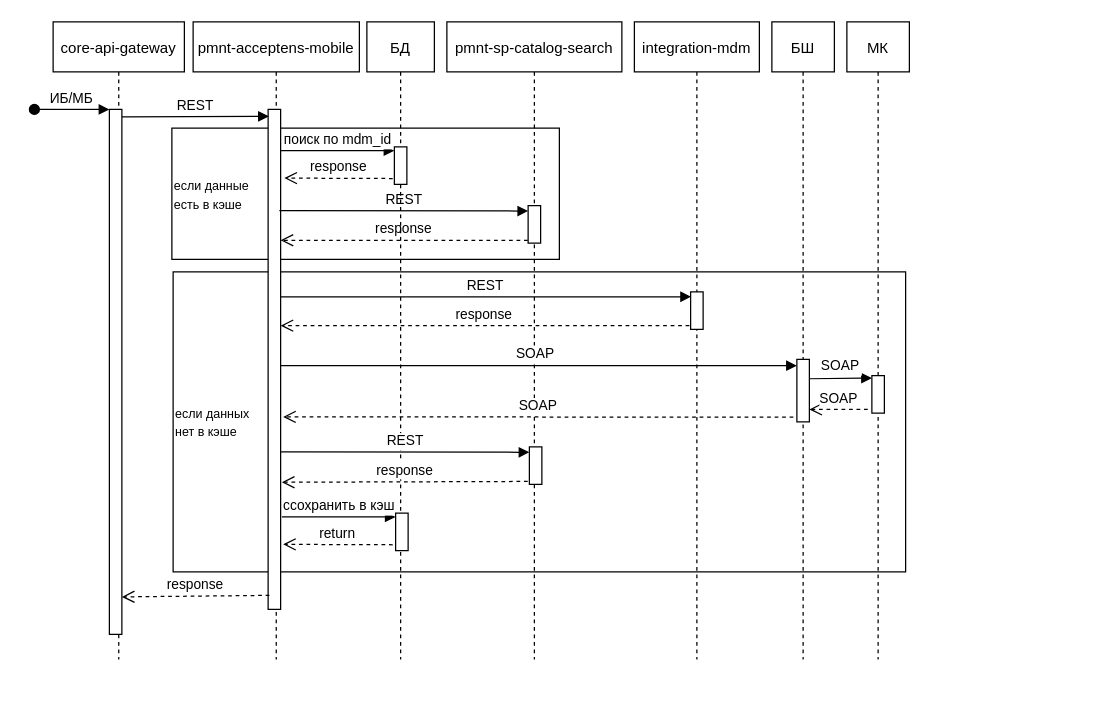
This is Untitled Diagram.drawio from yaryginaea/repo_test, a draw.io file, before an edit. Source tidied: cells renumbered, new cells numbered last; positions are measured from the earlier drawing's top-left corner, leaving out a move shared by most shapes. Both pictures are drawn from the tidied source at 125%, with x=0, y=0 at pixel (34, 21).
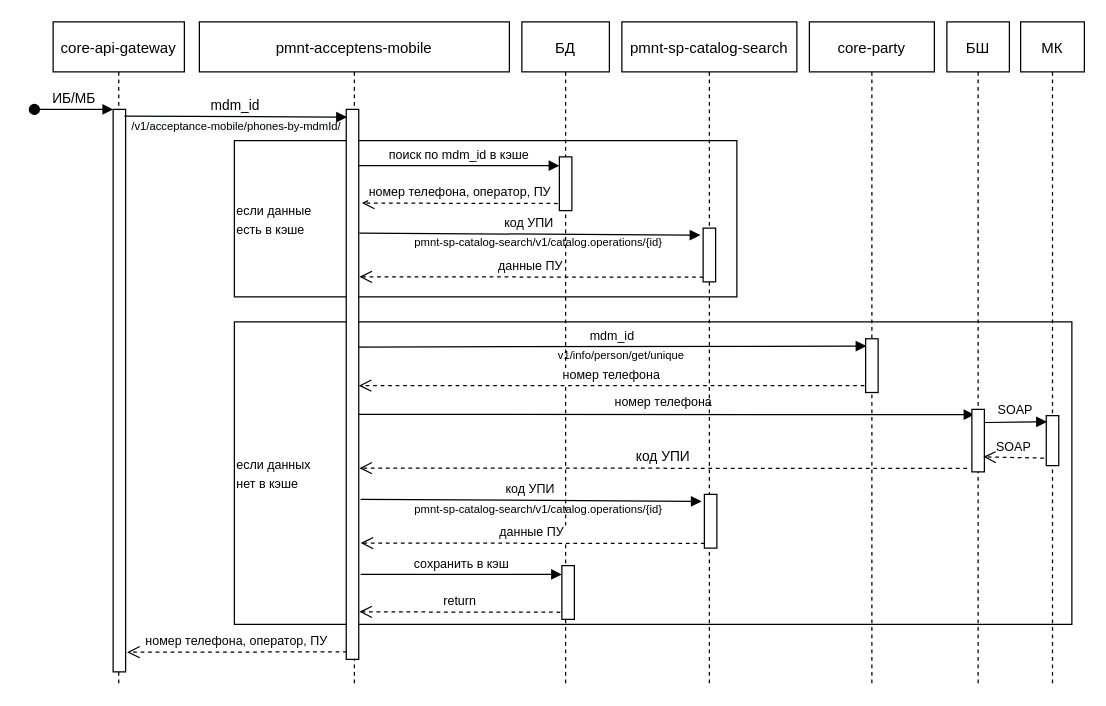
The same page after the edit.

Diff of the diagram source:
```diff
@@
-    <mxCell id="2" value="&lt;font style=&quot;font-size: 10px&quot;&gt;если данные &lt;br&gt;есть в кэше&lt;/font&gt;" style="rounded=0;whiteSpace=wrap;html=1;align=left;" parent="1" vertex="1">
-      <mxGeometry x="110" y="85" width="310" height="105" as="geometry" />
-    </mxCell>
+    <mxCell id="7" value="&lt;font style=&quot;font-size: 10px&quot;&gt;если данных&lt;br&gt;нет в кэше&lt;/font&gt;" style="rounded=0;whiteSpace=wrap;html=1;align=left;" parent="1" vertex="1">
+      <mxGeometry x="160" y="240" width="670" height="242" as="geometry" />
+    </mxCell>
     <mxCell id="3" value="core-api-gateway" style="shape=umlLifeline;perimeter=lifelinePerimeter;rounded=0;shadow=0;strokeWidth=1;" parent="1" vertex="1">
-      <mxGeometry x="15" width="105" height="510" as="geometry" />
+      <mxGeometry x="15" width="105" height="530" as="geometry" />
     </mxCell>
     <mxCell id="4" style="points=[];perimeter=orthogonalPerimeter;rounded=0;shadow=0;strokeWidth=1;" parent="3" vertex="1">
-      <mxGeometry x="45" y="70" width="10" height="420" as="geometry" />
+      <mxGeometry x="48" y="70" width="10" height="450" as="geometry" />
     </mxCell>
@@
+    <mxCell id="37" value="&lt;span style=&quot;color: rgb(0 , 0 , 0) ; font-family: &amp;#34;helvetica&amp;#34; ; font-size: 9px ; font-style: normal ; font-weight: 400 ; letter-spacing: normal ; text-align: center ; text-indent: 0px ; text-transform: none ; word-spacing: 0px ; background-color: rgb(248 , 249 , 250) ; display: inline ; float: none&quot;&gt;/v1/acceptance-mobile/phones-by-mdmId/&lt;/span&gt;" style="text;whiteSpace=wrap;html=1;fontSize=9;" parent="3" vertex="1">
+      <mxGeometry x="61" y="72" width="170" height="30" as="geometry" />
+    </mxCell>
     <mxCell id="6" value="pmnt-acceptens-mobile" style="shape=umlLifeline;perimeter=lifelinePerimeter;rounded=0;shadow=0;strokeWidth=1;" parent="1" vertex="1">
-      <mxGeometry x="127" width="133" height="510" as="geometry" />
+      <mxGeometry x="132" width="248" height="530" as="geometry" />
     </mxCell>
-    <mxCell id="7" value="&lt;font style=&quot;font-size: 10px&quot;&gt;если данных&lt;br&gt;нет в кэше&lt;/font&gt;" style="rounded=0;whiteSpace=wrap;html=1;align=left;" parent="6" vertex="1">
-      <mxGeometry x="-16" y="200" width="586" height="240" as="geometry" />
-    </mxCell>
+    <mxCell id="2" value="&lt;font style=&quot;font-size: 10px&quot;&gt;если данные &lt;br&gt;есть в кэше&lt;/font&gt;" style="rounded=0;whiteSpace=wrap;html=1;align=left;" parent="6" vertex="1">
+      <mxGeometry x="28" y="95" width="402" height="125" as="geometry" />
+    </mxCell>
     <mxCell id="8" style="points=[];perimeter=orthogonalPerimeter;rounded=0;shadow=0;strokeWidth=1;" parent="6" vertex="1">
-      <mxGeometry x="60" y="70" width="10" height="400" as="geometry" />
+      <mxGeometry x="117.5" y="70" width="10" height="440" as="geometry" />
     </mxCell>
-    <mxCell id="9" value="REST" style="verticalAlign=bottom;endArrow=block;shadow=0;strokeWidth=1;entryX=-0.067;entryY=0.062;entryDx=0;entryDy=0;entryPerimeter=0;" parent="6" edge="1">
+    <mxCell id="9" value="mdm_id" style="verticalAlign=bottom;endArrow=block;shadow=0;strokeWidth=1;entryX=0.06;entryY=0.137;entryDx=0;entryDy=0;entryPerimeter=0;fontSize=10;" parent="6" edge="1" target="42">
       <mxGeometry relative="1" as="geometry">
-        <mxPoint x="70" y="220" as="sourcePoint" />
-        <mxPoint x="398.3" y="219.9" as="targetPoint" />
+        <mxPoint x="127.5" y="260.1" as="sourcePoint" />
       </mxGeometry>
     </mxCell>
+    <mxCell id="38" value="&lt;span style=&quot;background-color: rgb(255 , 255 , 255)&quot;&gt;&lt;font style=&quot;font-size: 9px&quot;&gt;pmnt-sp-catalog-search/v1/catalog.operations/{id}&lt;/font&gt;&lt;/span&gt;" style="text;html=1;align=center;verticalAlign=middle;fillColor=none;strokeColor=none;rounded=0;fontSize=9;" parent="6" vertex="1">
+      <mxGeometry x="166" y="167" width="210" height="20" as="geometry" />
+    </mxCell>
+    <mxCell id="29" value="номер телефона" style="verticalAlign=bottom;endArrow=block;shadow=0;strokeWidth=1;entryX=0.2;entryY=0.204;entryDx=0;entryDy=0;entryPerimeter=0;fontSize=10;" parent="6" edge="1">
+      <mxGeometry x="-0.01" y="1" relative="1" as="geometry">
+        <mxPoint x="127.5" y="314" as="sourcePoint" />
+        <mxPoint x="620" y="314.2" as="targetPoint" />
+      </mxGeometry>
+    </mxCell>
+    <mxCell id="39" value="&lt;span style=&quot;background-color: rgb(255 , 255 , 255)&quot;&gt;&lt;font style=&quot;font-size: 9px&quot;&gt;pmnt-sp-catalog-search/v1/catalog.operations/{id}&lt;/font&gt;&lt;/span&gt;" style="text;html=1;align=center;verticalAlign=middle;fillColor=none;strokeColor=none;rounded=0;fontSize=9;" parent="6" vertex="1">
+      <mxGeometry x="166" y="380" width="210" height="20" as="geometry" />
+    </mxCell>
-    <mxCell id="10" value="REST" style="verticalAlign=bottom;endArrow=block;shadow=0;strokeWidth=1;entryX=0.055;entryY=0.014;entryDx=0;entryDy=0;entryPerimeter=0;" parent="1" edge="1" target="8">
-      <mxGeometry relative="1" as="geometry">
-        <mxPoint x="70" y="76" as="sourcePoint" />
-      </mxGeometry>
+    <mxCell id="10" value="mdm_id" style="verticalAlign=bottom;endArrow=block;shadow=0;strokeWidth=1;entryX=0.055;entryY=0.014;entryDx=0;entryDy=0;entryPerimeter=0;exitX=0.9;exitY=0.012;exitDx=0;exitDy=0;exitPerimeter=0;" parent="1" edge="1" source="4" target="8">
+      <mxGeometry relative="1" as="geometry" />
     </mxCell>
-    <mxCell id="11" value="REST" style="verticalAlign=bottom;endArrow=block;entryX=0;entryY=0.144;shadow=0;strokeWidth=1;entryDx=0;entryDy=0;entryPerimeter=0;" parent="1" edge="1" target="25">
+    <mxCell id="11" value="код УПИ" style="verticalAlign=bottom;endArrow=block;shadow=0;strokeWidth=1;entryX=-0.22;entryY=0.13;entryDx=0;entryDy=0;entryPerimeter=0;fontSize=10;" parent="1" edge="1" target="25">
       <mxGeometry relative="1" as="geometry">
-        <mxPoint x="196" y="151" as="sourcePoint" />
+        <mxPoint x="260" y="169" as="sourcePoint" />
       </mxGeometry>
     </mxCell>
-    <mxCell id="12" value="response" style="verticalAlign=bottom;endArrow=open;dashed=1;endSize=8;shadow=0;strokeWidth=1;exitX=-0.133;exitY=0.922;exitDx=0;exitDy=0;exitPerimeter=0;" parent="1" edge="1" target="8">
+    <mxCell id="12" value="данные ПУ" style="verticalAlign=bottom;endArrow=open;dashed=1;endSize=8;shadow=0;strokeWidth=1;exitX=0.02;exitY=0.912;exitDx=0;exitDy=0;exitPerimeter=0;fontSize=10;" parent="1" edge="1" source="25">
       <mxGeometry relative="1" as="geometry">
-        <mxPoint x="394.7" y="174.7" as="sourcePoint" />
+        <mxPoint x="260" y="204" as="targetPoint" />
       </mxGeometry>
     </mxCell>
-    <mxCell id="13" value="поиск по mdm_id" style="verticalAlign=bottom;endArrow=block;shadow=0;strokeWidth=1;" parent="1" edge="1" target="15">
+    <mxCell id="13" value="поиск по mdm_id в кэше" style="verticalAlign=bottom;endArrow=block;shadow=0;strokeWidth=1;fontSize=10;" parent="1" edge="1">
       <mxGeometry relative="1" as="geometry">
-        <mxPoint x="197" y="103" as="sourcePoint" />
+        <mxPoint x="259" y="115" as="sourcePoint" />
+        <mxPoint x="420" y="115" as="targetPoint" />
       </mxGeometry>
     </mxCell>
-    <mxCell id="14" value="БД" style="shape=umlLifeline;perimeter=lifelinePerimeter;rounded=0;shadow=0;strokeWidth=1;" parent="1" vertex="1">
-      <mxGeometry x="266" width="54" height="510" as="geometry" />
-    </mxCell>
-    <mxCell id="15" style="points=[];perimeter=orthogonalPerimeter;rounded=0;shadow=0;strokeWidth=1;" parent="14" vertex="1">
-      <mxGeometry x="22" y="100" width="10" height="30" as="geometry" />
-    </mxCell>
-    <mxCell id="16" value="integration-mdm" style="shape=umlLifeline;perimeter=lifelinePerimeter;rounded=0;shadow=0;strokeWidth=1;" parent="1" vertex="1">
-      <mxGeometry x="480" width="100" height="510" as="geometry" />
-    </mxCell>
-    <mxCell id="17" style="perimeter=orthogonalPerimeter;rounded=0;shadow=0;strokeWidth=1;" parent="16" vertex="1">
-      <mxGeometry x="45" y="216" width="10" height="30" as="geometry" />
-    </mxCell>
-    <mxCell id="18" value="SOAP" style="verticalAlign=bottom;endArrow=open;dashed=1;endSize=8;shadow=0;strokeWidth=1;exitX=-0.133;exitY=0.922;exitDx=0;exitDy=0;exitPerimeter=0;" parent="16" edge="1" target="20">
-      <mxGeometry relative="1" as="geometry">
-        <mxPoint x="186.7" y="310" as="sourcePoint" />
-      </mxGeometry>
-    </mxCell>
     <mxCell id="19" value="БШ" style="shape=umlLifeline;perimeter=lifelinePerimeter;rounded=0;shadow=0;strokeWidth=1;" parent="1" vertex="1">
-      <mxGeometry x="590" width="50" height="510" as="geometry" />
+      <mxGeometry x="730" width="50" height="530" as="geometry" />
     </mxCell>
     <mxCell id="20" style="points=[];perimeter=orthogonalPerimeter;rounded=0;shadow=0;strokeWidth=1;" parent="19" vertex="1">
-      <mxGeometry x="20" y="270" width="10" height="50" as="geometry" />
+      <mxGeometry x="20" y="310" width="10" height="50" as="geometry" />
     </mxCell>
-    <mxCell id="21" value="SOAP" style="verticalAlign=bottom;endArrow=block;shadow=0;strokeWidth=1;" parent="19" edge="1">
+    <mxCell id="21" value="SOAP" style="verticalAlign=bottom;endArrow=block;shadow=0;strokeWidth=1;fontSize=10;" parent="19" edge="1">
       <mxGeometry x="-0.01" y="1" relative="1" as="geometry">
-        <mxPoint x="30" y="285.5" as="sourcePoint" />
-        <mxPoint x="80" y="285" as="targetPoint" />
+        <mxPoint x="30" y="320.5" as="sourcePoint" />
+        <mxPoint x="80" y="320" as="targetPoint" />
       </mxGeometry>
     </mxCell>
     <mxCell id="22" value="МК" style="shape=umlLifeline;perimeter=lifelinePerimeter;rounded=0;shadow=0;strokeWidth=1;" parent="1" vertex="1">
-      <mxGeometry x="650" width="50" height="510" as="geometry" />
+      <mxGeometry x="789" width="51" height="530" as="geometry" />
     </mxCell>
     <mxCell id="23" style="perimeter=orthogonalPerimeter;rounded=0;shadow=0;strokeWidth=1;" parent="22" vertex="1">
-      <mxGeometry x="20" y="283" width="10" height="30" as="geometry" />
+      <mxGeometry x="20.5" y="315" width="10" height="40" as="geometry" />
     </mxCell>
+    <mxCell id="28" value="номер телефона, оператор, ПУ" style="verticalAlign=bottom;endArrow=open;dashed=1;endSize=8;exitX=-0.133;exitY=0.844;shadow=0;strokeWidth=1;exitDx=0;exitDy=0;exitPerimeter=0;fontSize=10;" parent="1" edge="1">
+      <mxGeometry relative="1" as="geometry">
+        <mxPoint x="418.7" y="145.3" as="sourcePoint" />
+        <mxPoint x="262" y="145" as="targetPoint" />
+      </mxGeometry>
+    </mxCell>
+    <mxCell id="36" value="номер телефона, оператор, ПУ" style="verticalAlign=bottom;endArrow=open;dashed=1;endSize=8;shadow=0;strokeWidth=1;entryX=1.12;entryY=0.965;entryDx=0;entryDy=0;entryPerimeter=0;fontSize=10;" parent="1" edge="1" target="4">
+      <mxGeometry relative="1" as="geometry">
+        <mxPoint x="250" y="504" as="sourcePoint" />
+      </mxGeometry>
+    </mxCell>
+    <mxCell id="14" value="БД" style="shape=umlLifeline;perimeter=lifelinePerimeter;rounded=0;shadow=0;strokeWidth=1;" parent="1" vertex="1">
+      <mxGeometry x="390" width="70" height="530" as="geometry" />
+    </mxCell>
+    <mxCell id="40" style="perimeter=orthogonalPerimeter;rounded=0;shadow=0;strokeWidth=1;" parent="14" vertex="1">
+      <mxGeometry x="30" y="108" width="10" height="43" as="geometry" />
+    </mxCell>
+    <mxCell id="41" value="&amp;nbsp;v1/info/person/get/unique" style="text;html=1;align=center;verticalAlign=middle;fillColor=none;strokeColor=none;rounded=0;fontSize=9;" parent="14" vertex="1">
+      <mxGeometry x="18" y="257" width="120" height="20" as="geometry" />
+    </mxCell>
+    <mxCell id="27" value="код УПИ" style="verticalAlign=bottom;endArrow=open;dashed=1;endSize=8;shadow=0;strokeWidth=1;" parent="14" edge="1">
+      <mxGeometry relative="1" as="geometry">
+        <mxPoint x="356.2" y="357.2" as="sourcePoint" />
+        <mxPoint x="-130" y="357" as="targetPoint" />
+      </mxGeometry>
+    </mxCell>
     <mxCell id="24" value="pmnt-sp-catalog-search" style="shape=umlLifeline;perimeter=lifelinePerimeter;rounded=0;shadow=0;strokeWidth=1;" parent="1" vertex="1">
-      <mxGeometry x="330" width="140" height="510" as="geometry" />
+      <mxGeometry x="470" width="140" height="530" as="geometry" />
     </mxCell>
     <mxCell id="25" style="points=[];perimeter=orthogonalPerimeter;rounded=0;shadow=0;strokeWidth=1;" parent="24" vertex="1">
-      <mxGeometry x="65" y="147" width="10" height="30" as="geometry" />
+      <mxGeometry x="65" y="165" width="10" height="43" as="geometry" />
     </mxCell>
-    <mxCell id="26" value="response" style="verticalAlign=bottom;endArrow=open;dashed=1;endSize=8;shadow=0;strokeWidth=1;" parent="24" edge="1" target="8">
+    <mxCell id="26" value="номер телефона" style="verticalAlign=bottom;endArrow=open;dashed=1;endSize=8;shadow=0;strokeWidth=1;fontSize=10;" parent="24" edge="1">
       <mxGeometry relative="1" as="geometry">
-        <mxPoint x="194" y="243" as="sourcePoint" />
+        <mxPoint x="194" y="291" as="sourcePoint" />
+        <mxPoint x="-210.5" y="291" as="targetPoint" />
       </mxGeometry>
     </mxCell>
-    <mxCell id="27" value="SOAP" style="verticalAlign=bottom;endArrow=open;dashed=1;endSize=8;shadow=0;strokeWidth=1;" parent="24" edge="1">
-      <mxGeometry relative="1" as="geometry">
-        <mxPoint x="277.2" y="316.2" as="sourcePoint" />
-        <mxPoint x="-131" y="316" as="targetPoint" />
-      </mxGeometry>
-    </mxCell>
-    <mxCell id="28" value="response" style="verticalAlign=bottom;endArrow=open;dashed=1;endSize=8;exitX=-0.133;exitY=0.844;shadow=0;strokeWidth=1;exitDx=0;exitDy=0;exitPerimeter=0;" parent="1" edge="1" source="15">
-      <mxGeometry relative="1" as="geometry">
-        <mxPoint x="200" y="125" as="targetPoint" />
-      </mxGeometry>
-    </mxCell>
-    <mxCell id="29" value="SOAP" style="verticalAlign=bottom;endArrow=block;shadow=0;strokeWidth=1;" parent="1" edge="1">
-      <mxGeometry x="-0.01" y="1" relative="1" as="geometry">
-        <mxPoint x="197" y="275" as="sourcePoint" />
-        <mxPoint x="610" y="275" as="targetPoint" />
-      </mxGeometry>
-    </mxCell>
-    <mxCell id="30" value="REST" style="verticalAlign=bottom;endArrow=block;entryX=0;entryY=0.144;shadow=0;strokeWidth=1;entryDx=0;entryDy=0;entryPerimeter=0;" parent="1" edge="1" target="32">
-      <mxGeometry relative="1" as="geometry">
-        <mxPoint x="197" y="344" as="sourcePoint" />
-      </mxGeometry>
-    </mxCell>
-    <mxCell id="31" value="response" style="verticalAlign=bottom;endArrow=open;dashed=1;endSize=8;shadow=0;strokeWidth=1;exitX=-0.133;exitY=0.922;exitDx=0;exitDy=0;exitPerimeter=0;entryX=1.1;entryY=0.234;entryDx=0;entryDy=0;entryPerimeter=0;" parent="1" edge="1" source="32">
-      <mxGeometry relative="1" as="geometry">
-        <mxPoint x="198" y="368.3" as="targetPoint" />
-      </mxGeometry>
-    </mxCell>
-    <mxCell id="32" style="points=[];perimeter=orthogonalPerimeter;rounded=0;shadow=0;strokeWidth=1;" parent="1" vertex="1">
-      <mxGeometry x="396" y="340" width="10" height="30" as="geometry" />
-    </mxCell>
-    <mxCell id="33" value="cсохранить в кэш" style="verticalAlign=bottom;endArrow=block;shadow=0;strokeWidth=1;" parent="1" edge="1" target="34">
-      <mxGeometry relative="1" as="geometry">
-        <mxPoint x="198" y="396" as="sourcePoint" />
-      </mxGeometry>
-    </mxCell>
-    <mxCell id="34" style="points=[];perimeter=orthogonalPerimeter;rounded=0;shadow=0;strokeWidth=1;" parent="1" vertex="1">
-      <mxGeometry x="289" y="393" width="10" height="30" as="geometry" />
-    </mxCell>
+    <mxCell id="16" value="core-party" style="shape=umlLifeline;perimeter=lifelinePerimeter;rounded=0;shadow=0;strokeWidth=1;" parent="1" vertex="1">
+      <mxGeometry x="620" width="100" height="530" as="geometry" />
+    </mxCell>
+    <mxCell id="18" value="SOAP" style="verticalAlign=bottom;endArrow=open;dashed=1;endSize=8;shadow=0;strokeWidth=1;exitX=-0.133;exitY=0.922;exitDx=0;exitDy=0;exitPerimeter=0;entryX=0.92;entryY=0.7;entryDx=0;entryDy=0;entryPerimeter=0;fontSize=10;" parent="16" edge="1">
+      <mxGeometry relative="1" as="geometry">
+        <mxPoint x="187.7" y="349" as="sourcePoint" />
+        <mxPoint x="139.2" y="348" as="targetPoint" />
+      </mxGeometry>
+    </mxCell>
+    <mxCell id="42" style="points=[];perimeter=orthogonalPerimeter;rounded=0;shadow=0;strokeWidth=1;" parent="16" vertex="1">
+      <mxGeometry x="45" y="253.5" width="10" height="43" as="geometry" />
+    </mxCell>
+    <mxCell id="43" value="код УПИ" style="verticalAlign=bottom;endArrow=block;shadow=0;strokeWidth=1;entryX=-0.22;entryY=0.13;entryDx=0;entryDy=0;entryPerimeter=0;fontSize=10;" parent="1" edge="1" target="45">
+      <mxGeometry relative="1" as="geometry">
+        <mxPoint x="261" y="382" as="sourcePoint" />
+      </mxGeometry>
+    </mxCell>
+    <mxCell id="44" value="данные ПУ" style="verticalAlign=bottom;endArrow=open;dashed=1;endSize=8;shadow=0;strokeWidth=1;exitX=0.02;exitY=0.912;exitDx=0;exitDy=0;exitPerimeter=0;fontSize=10;" parent="1" edge="1" source="45">
+      <mxGeometry relative="1" as="geometry">
+        <mxPoint x="261" y="417" as="targetPoint" />
+      </mxGeometry>
+    </mxCell>
+    <mxCell id="45" style="points=[];perimeter=orthogonalPerimeter;rounded=0;shadow=0;strokeWidth=1;" parent="1" vertex="1">
+      <mxGeometry x="536" y="378" width="10" height="43" as="geometry" />
+    </mxCell>
+    <mxCell id="46" value="сохранить в кэш" style="verticalAlign=bottom;endArrow=block;shadow=0;strokeWidth=1;fontSize=10;" parent="1" edge="1">
+      <mxGeometry relative="1" as="geometry">
+        <mxPoint x="261" y="442" as="sourcePoint" />
+        <mxPoint x="422" y="442" as="targetPoint" />
+      </mxGeometry>
+    </mxCell>
-    <mxCell id="35" value="return" style="verticalAlign=bottom;endArrow=open;dashed=1;endSize=8;exitX=-0.133;exitY=0.844;shadow=0;strokeWidth=1;exitDx=0;exitDy=0;exitPerimeter=0;" parent="1" edge="1">
+    <mxCell id="35" value="return" style="verticalAlign=bottom;endArrow=open;dashed=1;endSize=8;exitX=-0.133;exitY=0.844;shadow=0;strokeWidth=1;exitDx=0;exitDy=0;exitPerimeter=0;fontSize=10;" parent="1" edge="1">
       <mxGeometry relative="1" as="geometry">
-        <mxPoint x="286.7" y="418.3" as="sourcePoint" />
-        <mxPoint x="199" y="418" as="targetPoint" />
+        <mxPoint x="420.7" y="472.3" as="sourcePoint" />
+        <mxPoint x="260" y="472" as="targetPoint" />
       </mxGeometry>
     </mxCell>
-    <mxCell id="36" value="response" style="verticalAlign=bottom;endArrow=open;dashed=1;endSize=8;shadow=0;strokeWidth=1;exitX=0.1;exitY=0.972;exitDx=0;exitDy=0;exitPerimeter=0;" parent="1" edge="1" source="8">
-      <mxGeometry relative="1" as="geometry">
-        <mxPoint x="70" y="460" as="targetPoint" />
-      </mxGeometry>
-    </mxCell>
+    <mxCell id="47" style="perimeter=orthogonalPerimeter;rounded=0;shadow=0;strokeWidth=1;" parent="1" vertex="1">
+      <mxGeometry x="422" y="435" width="10" height="43" as="geometry" />
+    </mxCell>
```
